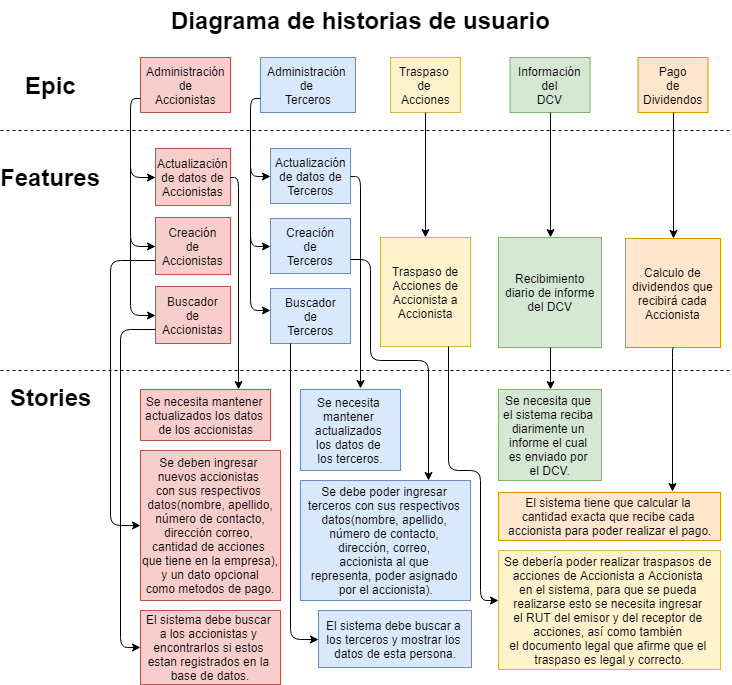
Above: diagrama-historias-de-usuario.png in gmanquilefn/GRUPO9_Registro-de-Accionistas (draw.io), before the change. Source tidied: cells renumbered, new cells last; positions are measured from the earlier drawing's top-left corner, leaving out a move shared by most shapes.
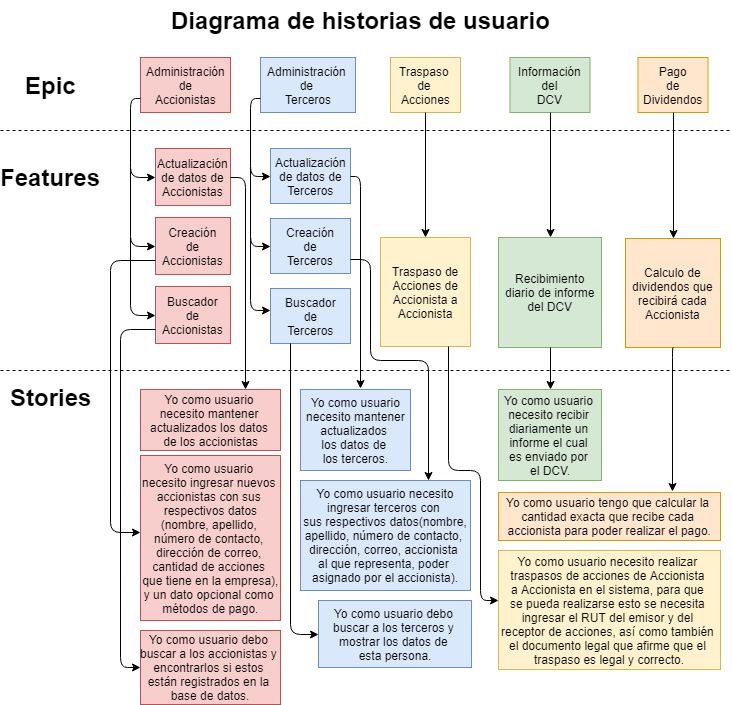
The same file after the commit.

Diff of the diagram source:
```diff
@@ -126,36 +126,36 @@
         <mxPoint x="730" y="370" as="targetPoint" />
       </mxGeometry>
     </mxCell>
-    <mxCell id="31" value="&lt;span&gt;Se necesita mantener &lt;br&gt;actualizados&amp;nbsp;los datos &lt;br&gt;de los accionistas&lt;/span&gt;&lt;br&gt;" style="html=1;fillColor=#f8cecc;strokeColor=#b85450;" parent="1" vertex="1">
-      <mxGeometry x="140" y="389" width="130" height="51" as="geometry" />
+    <mxCell id="31" value="&lt;span&gt;Yo como usuario &lt;br&gt;necesito mantener &lt;br&gt;actualizados&amp;nbsp;los datos &lt;br&gt;de los accionistas&lt;/span&gt;&lt;br&gt;" style="html=1;fillColor=#f8cecc;strokeColor=#b85450;" parent="1" vertex="1">
+      <mxGeometry x="140" y="389" width="140" height="61" as="geometry" />
     </mxCell>
     <mxCell id="32" style="edgeStyle=segmentEdgeStyle;endArrow=classic;html=1;exitX=1;exitY=0.5;exitDx=0;exitDy=0;entryX=0.75;entryY=0;entryDx=0;entryDy=0;" parent="1" edge="1" source="9" target="31">
       <mxGeometry relative="1" as="geometry" />
     </mxCell>
-    <mxCell id="33" value="&lt;div style=&quot;text-align: center&quot;&gt;&lt;span&gt;Se deben ingresar&amp;nbsp;&lt;/span&gt;&lt;/div&gt;&lt;span&gt;&lt;div style=&quot;text-align: center&quot;&gt;&lt;span&gt;nuevos accionistas&amp;nbsp;&lt;/span&gt;&lt;/div&gt;&lt;div style=&quot;text-align: center&quot;&gt;&lt;span&gt;con sus respectivos&amp;nbsp;&lt;/span&gt;&lt;/div&gt;&lt;div style=&quot;text-align: center&quot;&gt;&lt;span&gt;datos(nombre, apellido,&lt;/span&gt;&lt;/div&gt;&lt;div style=&quot;text-align: center&quot;&gt;&lt;span&gt;&amp;nbsp;número de contacto,&amp;nbsp;&lt;/span&gt;&lt;/div&gt;&lt;div style=&quot;text-align: center&quot;&gt;&lt;span&gt;dirección correo,&amp;nbsp;&lt;/span&gt;&lt;/div&gt;&lt;div style=&quot;text-align: center&quot;&gt;&lt;span&gt;cantidad de acciones&amp;nbsp;&lt;/span&gt;&lt;/div&gt;&lt;div style=&quot;text-align: center&quot;&gt;&lt;span&gt;que tiene en la empresa),&lt;/span&gt;&lt;/div&gt;&lt;div style=&quot;text-align: center&quot;&gt;&lt;span&gt;&amp;nbsp;y un dato opcional&amp;nbsp;&lt;/span&gt;&lt;/div&gt;&lt;div style=&quot;text-align: center&quot;&gt;&lt;span&gt;como metodos de pago.&lt;/span&gt;&lt;/div&gt;&lt;/span&gt;" style="html=1;fillColor=#f8cecc;strokeColor=#b85450;" parent="1" vertex="1">
-      <mxGeometry x="140" y="450" width="140" height="150" as="geometry" />
+    <mxCell id="33" value="&lt;div style=&quot;text-align: center&quot;&gt;&lt;span&gt;Yo como usuario&amp;nbsp;&lt;/span&gt;&lt;/div&gt;&lt;div style=&quot;text-align: center&quot;&gt;&lt;span&gt;necesito&amp;nbsp;&lt;/span&gt;&lt;span&gt;ingresar&amp;nbsp;&lt;/span&gt;&lt;span&gt;nuevos&amp;nbsp;&lt;/span&gt;&lt;/div&gt;&lt;div style=&quot;text-align: center&quot;&gt;&lt;span&gt;accionistas&amp;nbsp;&lt;/span&gt;&lt;span&gt;con sus&amp;nbsp;&lt;/span&gt;&lt;/div&gt;&lt;div style=&quot;text-align: center&quot;&gt;&lt;span&gt;respectivos&amp;nbsp;&lt;/span&gt;&lt;span&gt;datos&lt;/span&gt;&lt;/div&gt;&lt;div style=&quot;text-align: center&quot;&gt;&lt;span&gt;(nombre&lt;/span&gt;&lt;span&gt;,&amp;nbsp;&lt;/span&gt;&lt;span&gt;apellido,&amp;nbsp;&lt;/span&gt;&lt;/div&gt;&lt;div style=&quot;text-align: center&quot;&gt;&lt;span&gt;número de&amp;nbsp;&lt;/span&gt;&lt;span&gt;contacto,&amp;nbsp;&lt;/span&gt;&lt;/div&gt;&lt;div style=&quot;text-align: center&quot;&gt;&lt;span&gt;dirección de&amp;nbsp;&lt;/span&gt;&lt;span&gt;correo,&amp;nbsp;&lt;/span&gt;&lt;/div&gt;&lt;div style=&quot;text-align: center&quot;&gt;&lt;span&gt;cantidad de&amp;nbsp;&lt;/span&gt;&lt;span&gt;acciones&amp;nbsp;&lt;/span&gt;&lt;/div&gt;&lt;div style=&quot;text-align: center&quot;&gt;&lt;span&gt;que tiene en&amp;nbsp;&lt;/span&gt;&lt;span&gt;l&lt;/span&gt;&lt;span&gt;a empresa),&lt;/span&gt;&lt;/div&gt;&lt;div style=&quot;text-align: center&quot;&gt;&lt;span&gt;y un dato&amp;nbsp;&lt;/span&gt;&lt;span&gt;opcional&amp;nbsp;&lt;/span&gt;&lt;span&gt;como&amp;nbsp;&lt;/span&gt;&lt;/div&gt;métodos&amp;nbsp;&lt;span&gt;de pago.&lt;/span&gt;&lt;br&gt;" style="html=1;fillColor=#f8cecc;strokeColor=#b85450;" parent="1" vertex="1">
+      <mxGeometry x="140" y="455" width="140" height="165" as="geometry" />
     </mxCell>
-    <mxCell id="34" style="edgeStyle=segmentEdgeStyle;endArrow=classic;html=1;entryX=0;entryY=0.5;entryDx=0;entryDy=0;exitX=0;exitY=0.75;exitDx=0;exitDy=0;" parent="1" edge="1" source="10" target="33">
+    <mxCell id="34" style="edgeStyle=segmentEdgeStyle;endArrow=classic;html=1;entryX=0.001;entryY=0.469;entryDx=0;entryDy=0;exitX=0;exitY=0.75;exitDx=0;exitDy=0;entryPerimeter=0;" parent="1" edge="1" source="10" target="33">
       <mxGeometry relative="1" as="geometry">
         <Array as="points">
           <mxPoint x="110" y="260" />
-          <mxPoint x="110" y="525" />
+          <mxPoint x="110" y="532" />
         </Array>
       </mxGeometry>
     </mxCell>
-    <mxCell id="35" value="&lt;span&gt;El sistema debe buscar &lt;br&gt;a los accionistas y &lt;br&gt;encontrarlos si estos &lt;br&gt;estan registrados en la &lt;br&gt;base de datos.&lt;/span&gt;&lt;br&gt;" style="html=1;fillColor=#f8cecc;strokeColor=#b85450;" parent="1" vertex="1">
-      <mxGeometry x="140" y="610" width="140" height="74" as="geometry" />
+    <mxCell id="35" value="&lt;span&gt;Yo como usuario debo &lt;br&gt;buscar a los accionistas y &lt;br&gt;encontrarlos si estos &lt;br&gt;están&amp;nbsp;registrados en la &lt;br&gt;base de datos.&lt;/span&gt;&lt;br&gt;" style="html=1;fillColor=#f8cecc;strokeColor=#b85450;" parent="1" vertex="1">
+      <mxGeometry x="140" y="630" width="140" height="74" as="geometry" />
     </mxCell>
     <mxCell id="36" style="edgeStyle=segmentEdgeStyle;endArrow=classic;html=1;entryX=0;entryY=0.5;entryDx=0;entryDy=0;exitX=0;exitY=0.75;exitDx=0;exitDy=0;" parent="1" edge="1" source="11" target="35">
       <mxGeometry relative="1" as="geometry">
         <Array as="points">
           <mxPoint x="120" y="329" />
-          <mxPoint x="120" y="647" />
+          <mxPoint x="120" y="667" />
         </Array>
       </mxGeometry>
     </mxCell>
-    <mxCell id="37" value="&lt;span&gt;Se necesita &lt;br&gt;mantener &lt;br&gt;actualizados &lt;br&gt;los datos de &lt;br&gt;los terceros.&lt;/span&gt;&lt;br&gt;" style="html=1;fillColor=#dae8fc;strokeColor=#6c8ebf;" parent="1" vertex="1">
-      <mxGeometry x="300" y="389" width="100" height="81" as="geometry" />
+    <mxCell id="37" value="&lt;span&gt;Yo como usuario&lt;br&gt;necesito mantener&lt;br&gt;actualizados &lt;br&gt;los datos de &lt;br&gt;los terceros.&lt;/span&gt;&lt;br&gt;" style="html=1;fillColor=#dae8fc;strokeColor=#6c8ebf;" parent="1" vertex="1">
+      <mxGeometry x="300" y="389" width="110" height="81" as="geometry" />
     </mxCell>
     <mxCell id="38" style="edgeStyle=segmentEdgeStyle;endArrow=classic;html=1;exitX=1;exitY=0.5;exitDx=0;exitDy=0;" parent="1" edge="1" source="12">
       <mxGeometry relative="1" as="geometry">
@@ -165,8 +165,8 @@
         </Array>
       </mxGeometry>
     </mxCell>
-    <mxCell id="39" value="&lt;div style=&quot;text-align: center&quot;&gt;&lt;span&gt;Se debe poder ingresar&amp;nbsp;&lt;/span&gt;&lt;/div&gt;&lt;span&gt;&lt;div style=&quot;text-align: center&quot;&gt;&lt;span&gt;terceros con sus respectivos&amp;nbsp;&lt;/span&gt;&lt;/div&gt;&lt;div style=&quot;text-align: center&quot;&gt;&lt;span&gt;datos(nombre, apellido,&amp;nbsp;&lt;/span&gt;&lt;/div&gt;&lt;div style=&quot;text-align: center&quot;&gt;&lt;span&gt;número de contacto,&amp;nbsp;&lt;/span&gt;&lt;/div&gt;&lt;div style=&quot;text-align: center&quot;&gt;&lt;span&gt;dirección, correo,&amp;nbsp;&lt;/span&gt;&lt;/div&gt;&lt;div style=&quot;text-align: center&quot;&gt;&lt;span&gt;accionista al que&amp;nbsp;&lt;/span&gt;&lt;/div&gt;&lt;div style=&quot;text-align: center&quot;&gt;&lt;span&gt;representa,&amp;nbsp;poder asignado&amp;nbsp;&lt;/span&gt;&lt;/div&gt;&lt;div style=&quot;text-align: center&quot;&gt;&lt;span&gt;por el accionista).&lt;/span&gt;&lt;/div&gt;&lt;/span&gt;" style="html=1;fillColor=#dae8fc;strokeColor=#6c8ebf;" parent="1" vertex="1">
-      <mxGeometry x="300" y="480" width="170" height="120" as="geometry" />
+    <mxCell id="39" value="&lt;div style=&quot;text-align: center&quot;&gt;&lt;span&gt;Yo como usuario necesito&lt;/span&gt;&lt;/div&gt;&lt;div style=&quot;text-align: center&quot;&gt;&lt;span&gt;ingresar&amp;nbsp;&lt;/span&gt;&lt;span&gt;terceros con&amp;nbsp;&lt;/span&gt;&lt;/div&gt;&lt;div style=&quot;text-align: center&quot;&gt;&lt;span&gt;&amp;nbsp;sus respectivos&amp;nbsp;&lt;/span&gt;&lt;span&gt;datos(nombre,&amp;nbsp;&lt;/span&gt;&lt;/div&gt;&lt;div style=&quot;text-align: center&quot;&gt;&lt;span&gt;apellido,&amp;nbsp;&lt;/span&gt;&lt;span&gt;número de contacto,&amp;nbsp;&lt;/span&gt;&lt;/div&gt;&lt;span&gt;&lt;div style=&quot;text-align: center&quot;&gt;&lt;span&gt;dirección, correo,&amp;nbsp;&lt;/span&gt;&lt;span&gt;accionista&amp;nbsp;&lt;/span&gt;&lt;/div&gt;&lt;div style=&quot;text-align: center&quot;&gt;&lt;span&gt;al que&amp;nbsp;&lt;/span&gt;&lt;span&gt;representa,&amp;nbsp;poder&amp;nbsp;&lt;/span&gt;&lt;/div&gt;&lt;div style=&quot;text-align: center&quot;&gt;&lt;span&gt;asignado&amp;nbsp;&lt;/span&gt;&lt;span&gt;por el accionista).&lt;/span&gt;&lt;/div&gt;&lt;/span&gt;" style="html=1;fillColor=#dae8fc;strokeColor=#6c8ebf;" parent="1" vertex="1">
+      <mxGeometry x="300" y="480" width="170" height="110" as="geometry" />
     </mxCell>
     <mxCell id="40" style="edgeStyle=segmentEdgeStyle;endArrow=classic;html=1;exitX=1;exitY=0.75;exitDx=0;exitDy=0;entryX=0.75;entryY=0;entryDx=0;entryDy=0;" parent="1" edge="1" source="16" target="39">
       <mxGeometry relative="1" as="geometry">
@@ -177,17 +177,17 @@
         </Array>
       </mxGeometry>
     </mxCell>
-    <mxCell id="41" value="&lt;span&gt;El sistema debe buscar a &lt;br&gt;los terceros y mostrar los &lt;br&gt;datos de esta persona.&lt;/span&gt;&lt;br&gt;" style="html=1;fillColor=#dae8fc;strokeColor=#6c8ebf;" parent="1" vertex="1">
-      <mxGeometry x="318" y="610" width="153" height="57" as="geometry" />
+    <mxCell id="41" value="&lt;span&gt;Yo como usuario debo &lt;br&gt;buscar a los terceros y &lt;br&gt;mostrar los datos de &lt;br&gt;esta persona.&lt;/span&gt;&lt;br&gt;" style="html=1;fillColor=#dae8fc;strokeColor=#6c8ebf;" parent="1" vertex="1">
+      <mxGeometry x="318" y="600" width="153" height="67" as="geometry" />
     </mxCell>
     <mxCell id="42" style="edgeStyle=segmentEdgeStyle;endArrow=classic;html=1;entryX=0;entryY=0.5;entryDx=0;entryDy=0;exitX=0.25;exitY=1;exitDx=0;exitDy=0;" parent="1" edge="1" source="17" target="41">
       <mxGeometry relative="1" as="geometry">
         <Array as="points">
-          <mxPoint x="290" y="639" />
+          <mxPoint x="290" y="634" />
         </Array>
       </mxGeometry>
     </mxCell>
-    <mxCell id="43" value="&lt;span&gt;Se debería&amp;nbsp;poder realizar traspasos de &lt;br&gt;acciones de Accionista a Accionista &lt;br&gt;en el sistema, para que se pueda &lt;br&gt;realizarse esto se necesita ingresar &lt;br&gt;el RUT del emisor y del receptor de &lt;br&gt;acciones, así como también&amp;nbsp;&lt;br&gt;el documento legal que afirme que el &lt;br&gt;traspaso es legal y correcto.&lt;/span&gt;&lt;br&gt;" style="html=1;fillColor=#fff2cc;strokeColor=#d6b656;" parent="1" vertex="1">
+    <mxCell id="43" value="&lt;span&gt;Yo como usuario necesito realizar &lt;br&gt;traspasos de acciones de Accionista &lt;br&gt;a Accionista en el sistema, para que &lt;br&gt;se pueda realizarse esto se necesita &lt;br&gt;ingresar el RUT del emisor y del &lt;br&gt;receptor de acciones, así como también&amp;nbsp;&lt;br&gt;el documento legal que afirme que el &lt;br&gt;traspaso es legal y correcto.&lt;/span&gt;&lt;br&gt;" style="html=1;fillColor=#fff2cc;strokeColor=#d6b656;" parent="1" vertex="1">
       <mxGeometry x="498" y="550" width="222" height="119" as="geometry" />
     </mxCell>
     <mxCell id="44" style="edgeStyle=segmentEdgeStyle;endArrow=classic;html=1;exitX=0.75;exitY=1;exitDx=0;exitDy=0;" parent="1" edge="1" source="21">
@@ -200,13 +200,13 @@
         </Array>
       </mxGeometry>
     </mxCell>
-    <mxCell id="45" value="&lt;span&gt;Se necesita que &lt;br&gt;el sistema reciba &lt;br&gt;diarimente un &lt;br&gt;informe el cual &lt;br&gt;es enviado por &lt;br&gt;el DCV.&lt;/span&gt;&lt;br&gt;" style="html=1;fillColor=#d5e8d4;strokeColor=#82b366;" parent="1" vertex="1">
+    <mxCell id="45" value="&lt;span&gt;Yo como usuario &lt;br&gt;necesito recibir&amp;nbsp;&lt;br&gt;diariamente&amp;nbsp;un &lt;br&gt;informe el cual &lt;br&gt;es enviado por &lt;br&gt;el DCV.&lt;/span&gt;&lt;br&gt;" style="html=1;fillColor=#d5e8d4;strokeColor=#82b366;" parent="1" vertex="1">
       <mxGeometry x="498" y="389" width="103" height="91" as="geometry" />
     </mxCell>
     <mxCell id="46" style="edgeStyle=segmentEdgeStyle;endArrow=classic;html=1;exitX=0.5;exitY=1;exitDx=0;exitDy=0;entryX=0.5;entryY=0;entryDx=0;entryDy=0;" parent="1" edge="1" source="23" target="45">
       <mxGeometry relative="1" as="geometry" />
     </mxCell>
-    <mxCell id="47" value="&lt;span&gt;El sistema tiene que calcular la &lt;br&gt;cantidad exacta que recibe cada &lt;br&gt;accionista para poder realizar el pago.&lt;/span&gt;&lt;br&gt;" style="html=1;fillColor=#ffe6cc;strokeColor=#d79b00;" parent="1" vertex="1">
+    <mxCell id="47" value="&lt;span&gt;Yo como usuario tengo que calcular la &lt;br&gt;cantidad exacta que recibe cada &lt;br&gt;accionista para poder realizar el pago.&lt;/span&gt;&lt;br&gt;" style="html=1;fillColor=#ffe6cc;strokeColor=#d79b00;" parent="1" vertex="1">
       <mxGeometry x="498" y="492" width="222" height="48" as="geometry" />
     </mxCell>
     <mxCell id="48" style="edgeStyle=segmentEdgeStyle;endArrow=classic;html=1;exitX=0.5;exitY=1;exitDx=0;exitDy=0;entryX=0.784;entryY=-0.03;entryDx=0;entryDy=0;entryPerimeter=0;" parent="1" edge="1" source="25" target="47">
```
